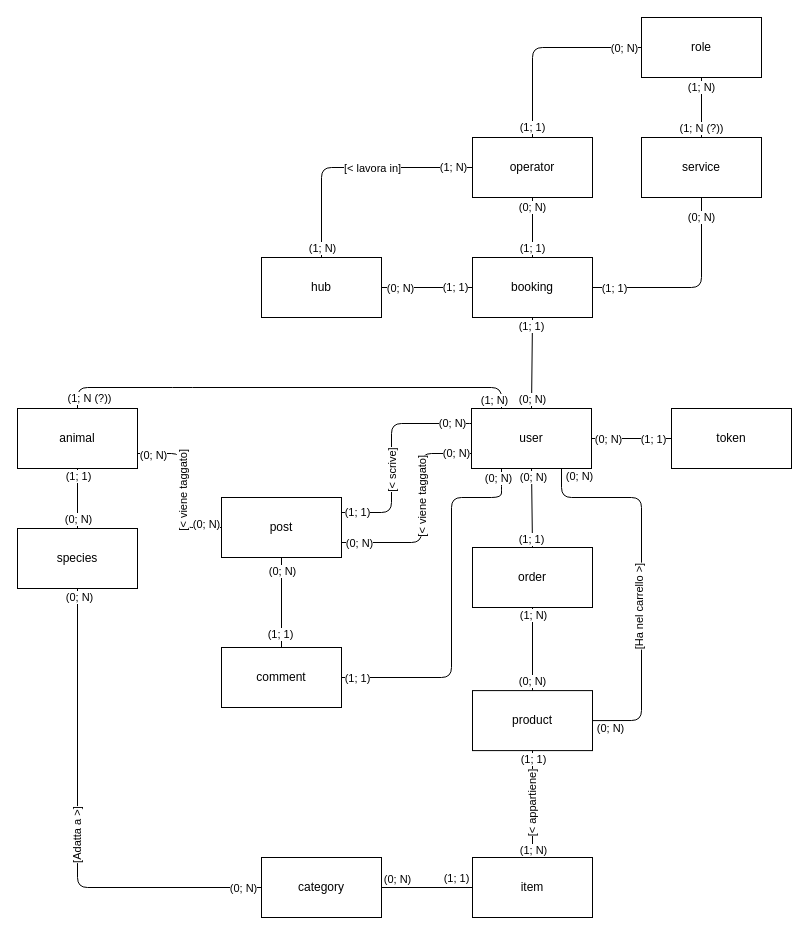
NotXia/animal-house keeps this draw.io diagram as docs/db/animal_house_er.drawio. Above is the earlier version. Source tidied: cells renumbered, new cells numbered last; positions are measured from the earlier drawing's top-left corner, leaving out a move shared by most shapes. Both pictures are drawn from the tidied source at 100%, with x=0, y=0 at pixel (17, 17).
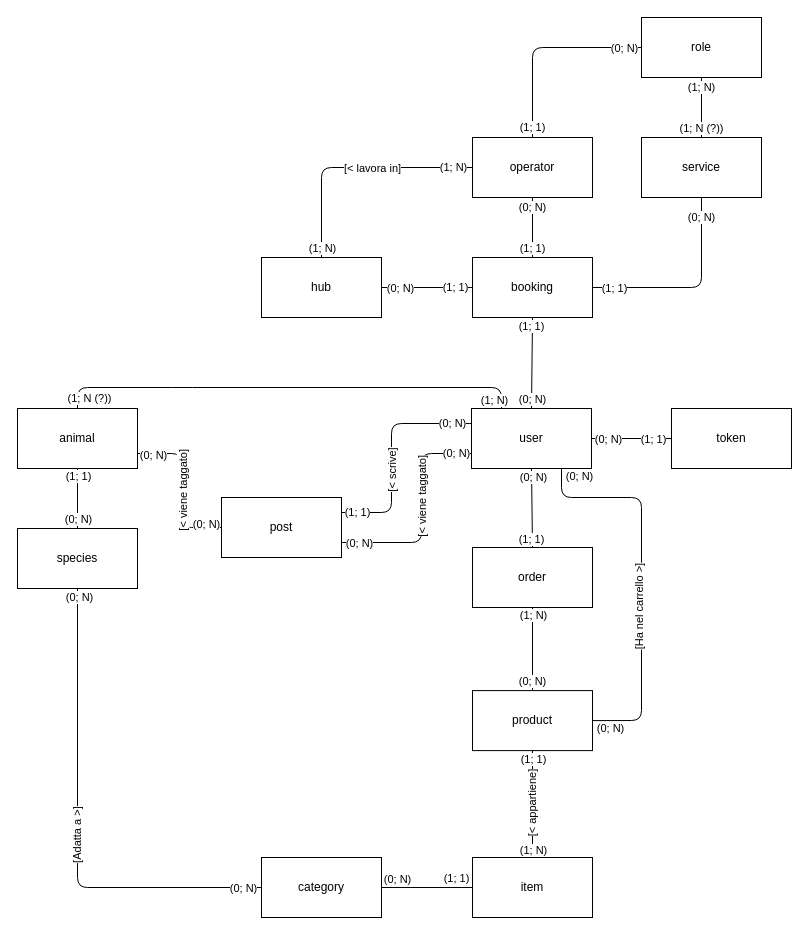
Above is the later version.

Unchanged cells that the change refers to:
```xml
<mxCell id="2" value="user" style="rounded=0;whiteSpace=wrap;html=1;" parent="1" vertex="1">
  <mxGeometry x="454" y="391" width="120" height="60" as="geometry" />
</mxCell>
<mxCell id="6" value="post" style="rounded=0;whiteSpace=wrap;html=1;" parent="1" vertex="1">
  <mxGeometry x="204" y="480" width="120" height="60" as="geometry" />
</mxCell>
```

Diff of the diagram source:
```diff
@@
-    <mxCell id="5" value="comment" style="rounded=0;whiteSpace=wrap;html=1;" parent="1" vertex="1">
-      <mxGeometry x="204" y="630" width="120" height="60" as="geometry" />
-    </mxCell>
@@
-    <mxCell id="37" style="endArrow=none;html=1;exitX=1;exitY=0.5;exitDx=0;exitDy=0;entryX=0.25;entryY=1;entryDx=0;entryDy=0;" parent="1" edge="1" source="5" target="2">
-      <mxGeometry relative="1" as="geometry">
-        <Array as="points">
-          <mxPoint x="434" y="660" />
-          <mxPoint x="434" y="480" />
-          <mxPoint x="484" y="480" />
-          <mxPoint x="484" y="471" />
-        </Array>
-      </mxGeometry>
-    </mxCell>
-    <mxCell id="38" value="(1; 1)" style="edgeLabel;html=1;align=center;verticalAlign=middle;" parent="37" vertex="1">
-      <mxGeometry x="-0.76" y="1" relative="1" as="geometry">
-        <mxPoint x="-28.8" y="1" as="offset" />
-      </mxGeometry>
-    </mxCell>
-    <mxCell id="39" value="(0; N)" style="edgeLabel;html=1;align=center;verticalAlign=middle;" parent="37" vertex="1">
-      <mxGeometry x="0.8" relative="1" as="geometry">
-        <mxPoint x="4.9" y="-20" as="offset" />
-      </mxGeometry>
-    </mxCell>
@@
-    <mxCell id="44" style="endArrow=none;html=1;entryX=0.5;entryY=1;entryDx=0;entryDy=0;exitX=0.5;exitY=0;exitDx=0;exitDy=0;" parent="1" edge="1" source="5" target="6">
-      <mxGeometry relative="1" as="geometry" />
-    </mxCell>
-    <mxCell id="45" value="(1; 1)" style="edgeLabel;html=1;align=center;verticalAlign=middle;" parent="44" vertex="1">
-      <mxGeometry x="-0.76" y="1" relative="1" as="geometry">
-        <mxPoint x="-1" y="-2.6" as="offset" />
-      </mxGeometry>
-    </mxCell>
-    <mxCell id="46" value="(0; N)" style="edgeLabel;html=1;align=center;verticalAlign=middle;" parent="44" vertex="1">
-      <mxGeometry x="0.8" relative="1" as="geometry">
-        <mxPoint y="4.3" as="offset" />
-      </mxGeometry>
-    </mxCell>
```
